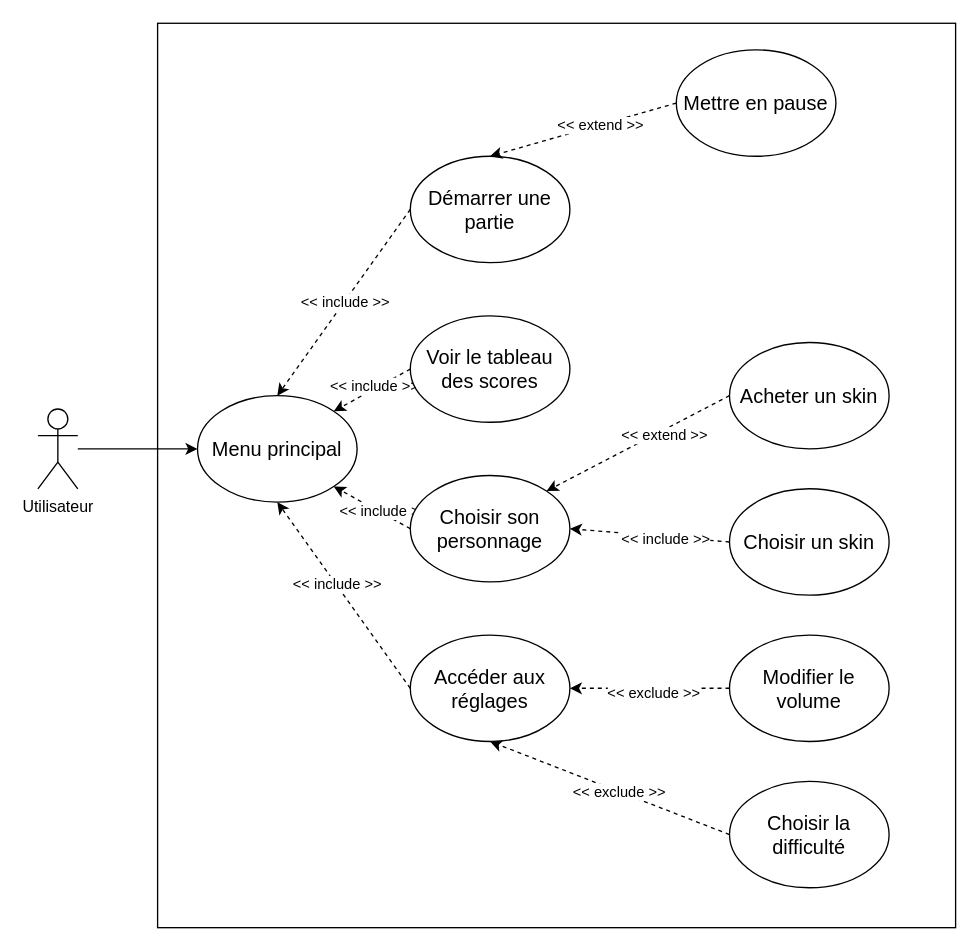
Earlier version of the draw.io diagram diagramme/UML/drawio/Diagramme_cas_utilisation.drawio (CrossyRoad-cnam/Docs). Source tidied: cells renumbered, new cells numbered last; positions are measured from the earlier drawing's top-left corner, leaving out a move shared by most shapes. Both pictures are drawn from the tidied source at 133%, with x=0, y=0 at pixel (37, 23).
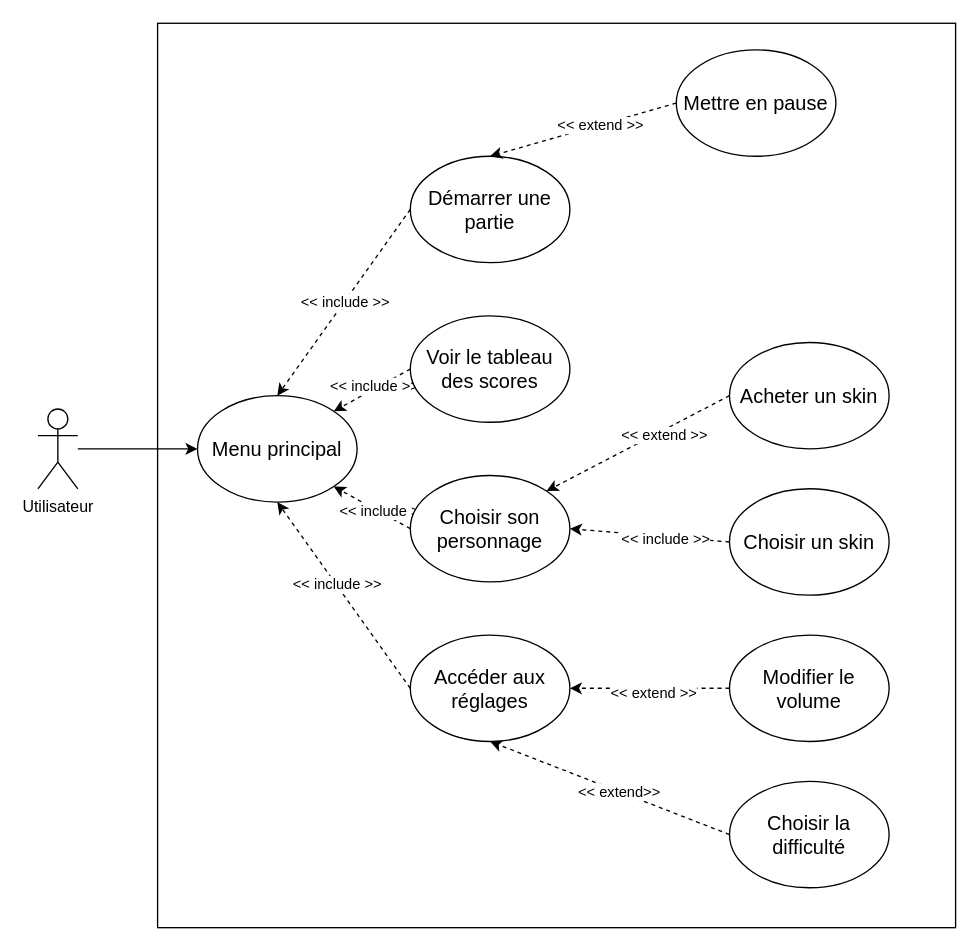
The same page after the edit.

Commit message (it also covers changes not shown here):
FEAT - Ajout des diagrammes FINAL

The change refers to these unchanged cells:
```xml
<mxCell id="19" style="jettySize=auto;html=1;exitX=0;exitY=0.5;exitDx=0;exitDy=0;entryX=1;entryY=0.5;entryDx=0;entryDy=0;rounded=1;dashed=1;" parent="1" edge="1" source="21" target="18">
  <mxGeometry relative="1" as="geometry" />
</mxCell>
<mxCell id="22" style="jettySize=auto;html=1;exitX=0;exitY=0.5;exitDx=0;exitDy=0;entryX=0.5;entryY=1;entryDx=0;entryDy=0;rounded=1;dashed=1;" parent="1" edge="1" source="24" target="18">
  <mxGeometry relative="1" as="geometry" />
</mxCell>
```

What changed in the source:
```diff
@@
-    <mxCell id="20" value="&amp;lt;&amp;lt; exclude &amp;gt;&amp;gt;" style="edgeLabel;html=1;align=center;verticalAlign=middle;" parent="19" vertex="1">
+    <mxCell id="20" value="&amp;lt;&amp;lt; extend &amp;gt;&amp;gt;" style="edgeLabel;html=1;align=center;verticalAlign=middle;" parent="19" vertex="1">
       <mxGeometry x="-0.04" y="3" relative="1" as="geometry" />
     </mxCell>
@@
-    <mxCell id="23" value="&amp;lt;&amp;lt; exclude &amp;gt;&amp;gt;" style="edgeLabel;html=1;align=center;verticalAlign=middle;" parent="22" vertex="1">
+    <mxCell id="23" value="&amp;lt;&amp;lt; extend&amp;gt;&amp;gt;" style="edgeLabel;html=1;align=center;verticalAlign=middle;" parent="22" vertex="1">
       <mxGeometry x="-0.07" relative="1" as="geometry" />
     </mxCell>
```
